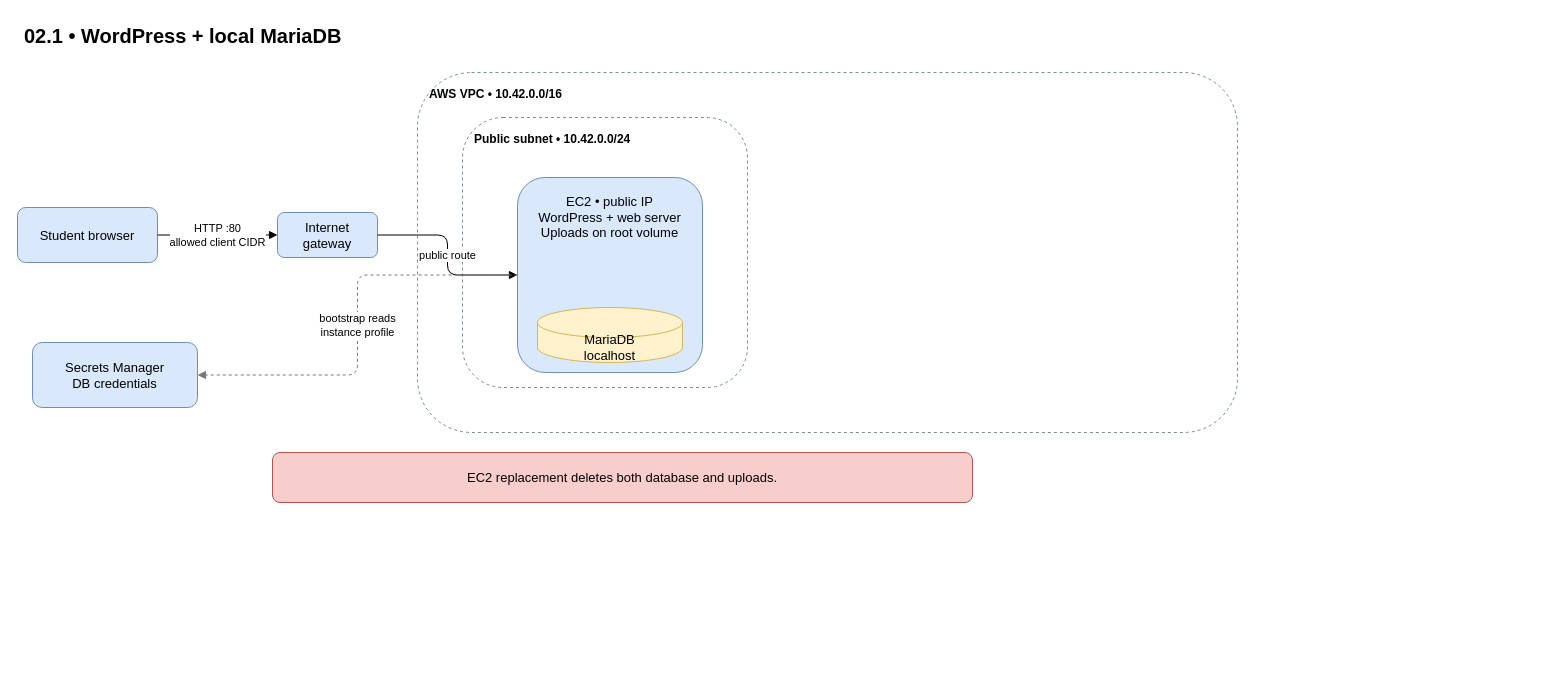
This is course/infra/labs/aws/02-wordpress/02.1-local-mysql/diagram.drawio from raelga/kubernetes-talks, a draw.io file, before an edit. Source tidied: cells renumbered, new cells numbered last; positions are measured from the earlier drawing's top-left corner, leaving out a move shared by most shapes. Both pictures are drawn from the tidied source at 100%, with x=0, y=0 at pixel (17, 17).
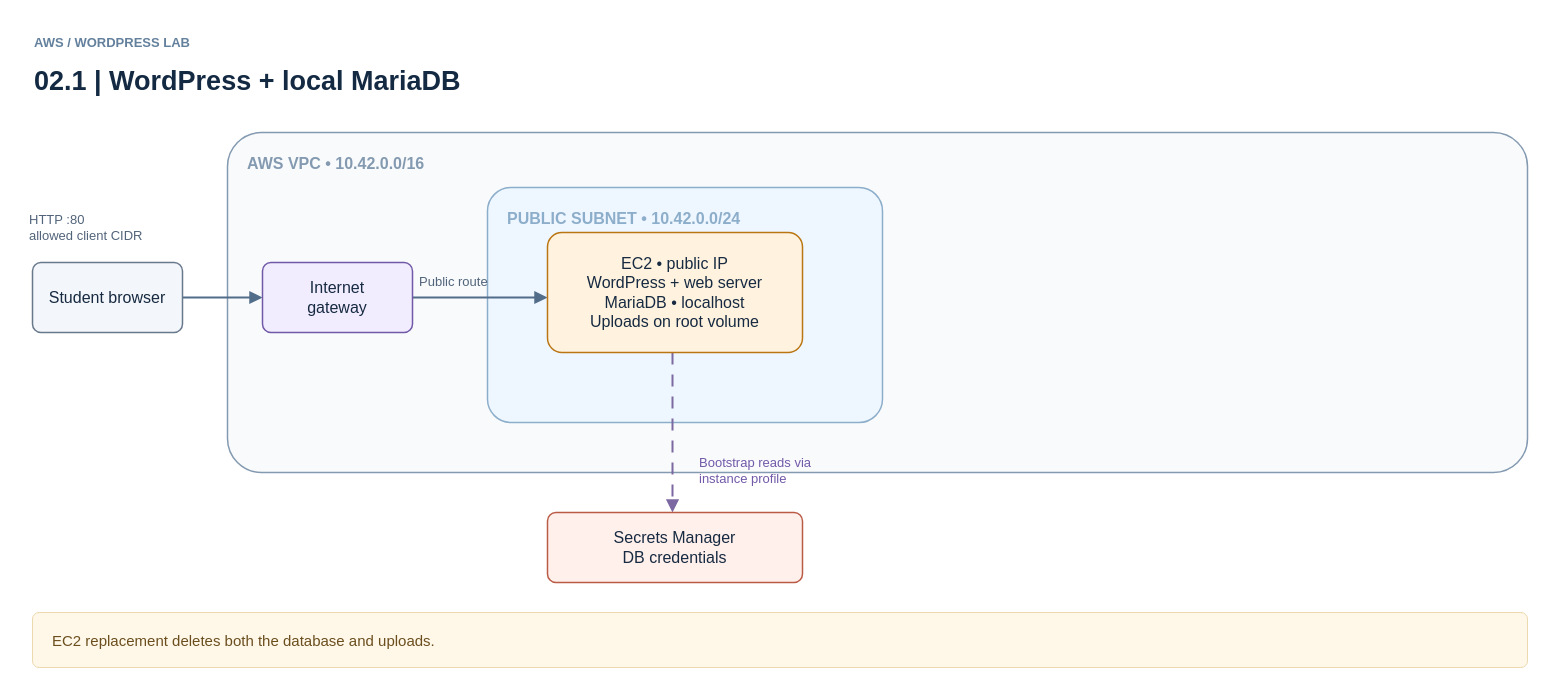
The same diagram, later.

What changed in the source:
```diff
@@
-<mxGraphModel>
+<mxGraphModel background="#ffffff">
   <root>
     <mxCell id="0" />
     <mxCell id="1" parent="0" />
+    <mxCell id="14" value="AWS  /  WORDPRESS LAB" style="text;html=1;whiteSpace=wrap;overflow=hidden;align=left;verticalAlign=middle;fontFamily=Helvetica;fontSize=13;fontColor=#63809d;fontStyle=1;" parent="1" vertex="1">
+      <mxGeometry x="15" y="15" width="500" height="20" as="geometry" />
+    </mxCell>
-    <mxCell id="2" value="02.1 • WordPress + local MariaDB" style="text;html=1;align=left;fontSize=20;fontStyle=1;" parent="1" vertex="1">
-      <mxGeometry x="5" width="1050" height="35" as="geometry" />
+    <mxCell id="2" value="02.1  |  WordPress + local MariaDB" style="text;html=1;whiteSpace=wrap;overflow=hidden;align=left;verticalAlign=middle;fontFamily=Helvetica;fontSize=27;fontColor=#142a43;fontStyle=1;" parent="1" vertex="1">
+      <mxGeometry x="15" y="43" width="1450" height="42" as="geometry" />
     </mxCell>
-    <mxCell id="3" value="AWS VPC • 10.42.0.0/16" style="rounded=1;whiteSpace=wrap;html=1;verticalAlign=top;align=left;spacingTop=8;spacingLeft=10;fillColor=none;strokeColor=#78909c;dashed=1;fontStyle=1;" parent="1" vertex="1">
-      <mxGeometry x="400" y="55" width="820" height="360" as="geometry" />
+    <mxCell id="3" value="AWS VPC  •  10.42.0.0/16" style="rounded=1;arcSize=10;whiteSpace=wrap;html=1;align=left;verticalAlign=top;spacingLeft=18;spacingTop=15;fontFamily=Helvetica;fontSize=16;fontStyle=1;fontColor=#849ab0;fillColor=#f8fafc;strokeColor=#849ab0;strokeWidth=1.5;" parent="1" vertex="1">
+      <mxGeometry x="210" y="115" width="1300" height="340" as="geometry" />
     </mxCell>
-    <mxCell id="4" value="Public subnet • 10.42.0.0/24" style="rounded=1;whiteSpace=wrap;html=1;verticalAlign=top;align=left;spacingTop=8;spacingLeft=10;fillColor=none;strokeColor=#78909c;dashed=1;fontStyle=1;" parent="1" vertex="1">
-      <mxGeometry x="445" y="100" width="285" height="270" as="geometry" />
+    <mxCell id="4" value="PUBLIC SUBNET  •  10.42.0.0/24" style="rounded=1;arcSize=10;whiteSpace=wrap;html=1;align=left;verticalAlign=top;spacingLeft=18;spacingTop=15;fontFamily=Helvetica;fontSize=16;fontStyle=1;fontColor=#8daeca;fillColor=#eef6ff;strokeColor=#8daeca;strokeWidth=1.5;" parent="1" vertex="1">
+      <mxGeometry x="470" y="170" width="395" height="235" as="geometry" />
     </mxCell>
+    <mxCell id="15" style="edgeStyle=orthogonalEdgeStyle;rounded=1;html=1;endArrow=block;endFill=1;endSize=8;strokeWidth=2;strokeColor=#526d89;" parent="1" edge="1">
+      <mxGeometry relative="1" as="geometry">
+        <mxPoint x="165" y="280" as="sourcePoint" />
+        <mxPoint x="245" y="280" as="targetPoint" />
+      </mxGeometry>
+    </mxCell>
+    <mxCell id="16" style="edgeStyle=orthogonalEdgeStyle;rounded=1;html=1;endArrow=block;endFill=1;endSize=8;strokeWidth=2;strokeColor=#526d89;" parent="1" edge="1">
+      <mxGeometry relative="1" as="geometry">
+        <mxPoint x="395" y="280" as="sourcePoint" />
+        <mxPoint x="530" y="280" as="targetPoint" />
+      </mxGeometry>
+    </mxCell>
+    <mxCell id="17" style="edgeStyle=orthogonalEdgeStyle;rounded=1;html=1;endArrow=block;endFill=1;endSize=8;strokeWidth=2;strokeColor=#7d69a2;dashed=1;dashPattern=6 5;" parent="1" edge="1">
+      <mxGeometry relative="1" as="geometry">
+        <mxPoint x="655" y="335" as="sourcePoint" />
+        <mxPoint x="655" y="495" as="targetPoint" />
+      </mxGeometry>
+    </mxCell>
-    <mxCell id="5" value="Student browser" style="rounded=1;whiteSpace=wrap;html=1;fillColor=#dae8fc;strokeColor=#6c8ebf;fontSize=13;" parent="1" vertex="1">
-      <mxGeometry y="190" width="140" height="55" as="geometry" />
+    <mxCell id="5" value="Student browser" style="rounded=1;arcSize=12;whiteSpace=wrap;html=1;align=center;verticalAlign=middle;spacing=8;fontFamily=Helvetica;fontSize=16;fontColor=#172a41;fillColor=#f3f6fa;strokeColor=#69798c;strokeWidth=1.5;" parent="1" vertex="1">
+      <mxGeometry x="15" y="245" width="150" height="70" as="geometry" />
     </mxCell>
-    <mxCell id="6" value="Internet&#10;gateway" style="rounded=1;whiteSpace=wrap;html=1;fillColor=#dae8fc;strokeColor=#6c8ebf;fontSize=13;" parent="1" vertex="1">
-      <mxGeometry x="260" y="195" width="100" height="45" as="geometry" />
+    <mxCell id="6" value="Internet&#10;gateway" style="rounded=1;arcSize=12;whiteSpace=wrap;html=1;align=center;verticalAlign=middle;spacing=8;fontFamily=Helvetica;fontSize=16;fontColor=#172a41;fillColor=#f1edff;strokeColor=#7259a8;strokeWidth=1.5;" parent="1" vertex="1">
+      <mxGeometry x="245" y="245" width="150" height="70" as="geometry" />
     </mxCell>
-    <mxCell id="7" value="EC2 • public IP&#10;WordPress + web server&#10;Uploads on root volume" style="rounded=1;whiteSpace=wrap;html=1;verticalAlign=top;spacingTop=10;fillColor=#dae8fc;strokeColor=#6c8ebf;fontSize=13;" parent="1" vertex="1">
-      <mxGeometry x="500" y="160" width="185" height="195" as="geometry" />
+    <mxCell id="7" value="EC2  •  public IP&#10;WordPress + web server&#10;MariaDB  •  localhost&#10;Uploads on root volume" style="rounded=1;arcSize=12;whiteSpace=wrap;html=1;align=center;verticalAlign=middle;spacing=8;fontFamily=Helvetica;fontSize=16;fontColor=#172a41;fillColor=#fff3df;strokeColor=#bb7614;strokeWidth=1.5;" parent="1" vertex="1">
+      <mxGeometry x="530" y="215" width="255" height="120" as="geometry" />
     </mxCell>
+    <mxCell id="12" value="Secrets Manager&#10;DB credentials" style="rounded=1;arcSize=12;whiteSpace=wrap;html=1;align=center;verticalAlign=middle;spacing=8;fontFamily=Helvetica;fontSize=16;fontColor=#172a41;fillColor=#fff0ec;strokeColor=#ba5b46;strokeWidth=1.5;" parent="1" vertex="1">
+      <mxGeometry x="530" y="495" width="255" height="70" as="geometry" />
+    </mxCell>
-    <mxCell id="8" value="HTTP :80&#10;allowed client CIDR" style="edgeStyle=orthogonalEdgeStyle;rounded=1;html=1;endArrow=block;endFill=1;fontSize=11;" parent="1" edge="1" source="5" target="6">
-      <mxGeometry relative="1" as="geometry" />
+    <mxCell id="8" value="HTTP :80&#10;allowed client CIDR" style="text;html=1;whiteSpace=wrap;overflow=hidden;align=left;verticalAlign=middle;fontFamily=Helvetica;fontSize=13;fontColor=#52647a;fontStyle=0;" parent="1" vertex="1">
+      <mxGeometry x="10" y="185" width="200" height="50" as="geometry" />
     </mxCell>
-    <mxCell id="9" value="public route" style="edgeStyle=orthogonalEdgeStyle;rounded=1;html=1;endArrow=block;endFill=1;fontSize=11;" parent="1" edge="1" source="6" target="7">
-      <mxGeometry relative="1" as="geometry" />
-    </mxCell>
-    <mxCell id="10" value="MariaDB&#10;localhost" style="shape=cylinder3;boundedLbl=1;whiteSpace=wrap;html=1;fillColor=#fff2cc;strokeColor=#d6b656;fontSize=13;" parent="1" vertex="1">
-      <mxGeometry x="520" y="290" width="145" height="55" as="geometry" />
-    </mxCell>
+    <mxCell id="18" value="Public route" style="text;html=1;whiteSpace=wrap;overflow=hidden;align=left;verticalAlign=middle;fontFamily=Helvetica;fontSize=13;fontColor=#52647a;fontStyle=0;" parent="1" vertex="1">
+      <mxGeometry x="400" y="253" width="95" height="22" as="geometry" />
+    </mxCell>
+    <mxCell id="19" value="Bootstrap reads via&#10;instance profile" style="text;html=1;whiteSpace=wrap;overflow=hidden;align=left;verticalAlign=middle;fontFamily=Helvetica;fontSize=13;fontColor=#7259a8;fontStyle=0;" parent="1" vertex="1">
+      <mxGeometry x="680" y="430" width="190" height="45" as="geometry" />
+    </mxCell>
-    <mxCell id="11" value="EC2 replacement deletes both database and uploads." style="rounded=1;whiteSpace=wrap;html=1;fillColor=#f8cecc;strokeColor=#b85450;fontSize=13;" parent="1" vertex="1">
-      <mxGeometry x="255" y="435" width="700" height="50" as="geometry" />
+    <mxCell id="11" value="EC2 replacement deletes both the database and uploads." style="rounded=1;arcSize=12;whiteSpace=wrap;html=1;align=left;spacingLeft=18;fontFamily=Helvetica;fontSize=15;fontColor=#6b4e1e;fillColor=#fff8e8;strokeColor=#ecd9ae;" parent="1" vertex="1">
+      <mxGeometry x="15" y="595" width="1495" height="55" as="geometry" />
     </mxCell>
-    <mxCell id="12" value="Secrets Manager&#10;DB credentials" style="rounded=1;whiteSpace=wrap;html=1;fillColor=#dae8fc;strokeColor=#6c8ebf;fontSize=13;" parent="1" vertex="1">
-      <mxGeometry x="15" y="325" width="165" height="65" as="geometry" />
-    </mxCell>
-    <mxCell id="13" value="bootstrap reads&#10;instance profile" style="edgeStyle=orthogonalEdgeStyle;rounded=1;html=1;endArrow=block;endFill=1;fontSize=11;dashed=1;strokeColor=#777777;" parent="1" edge="1" source="7" target="12">
-      <mxGeometry relative="1" as="geometry" />
-    </mxCell>
   </root>
 </mxGraphModel>
```
